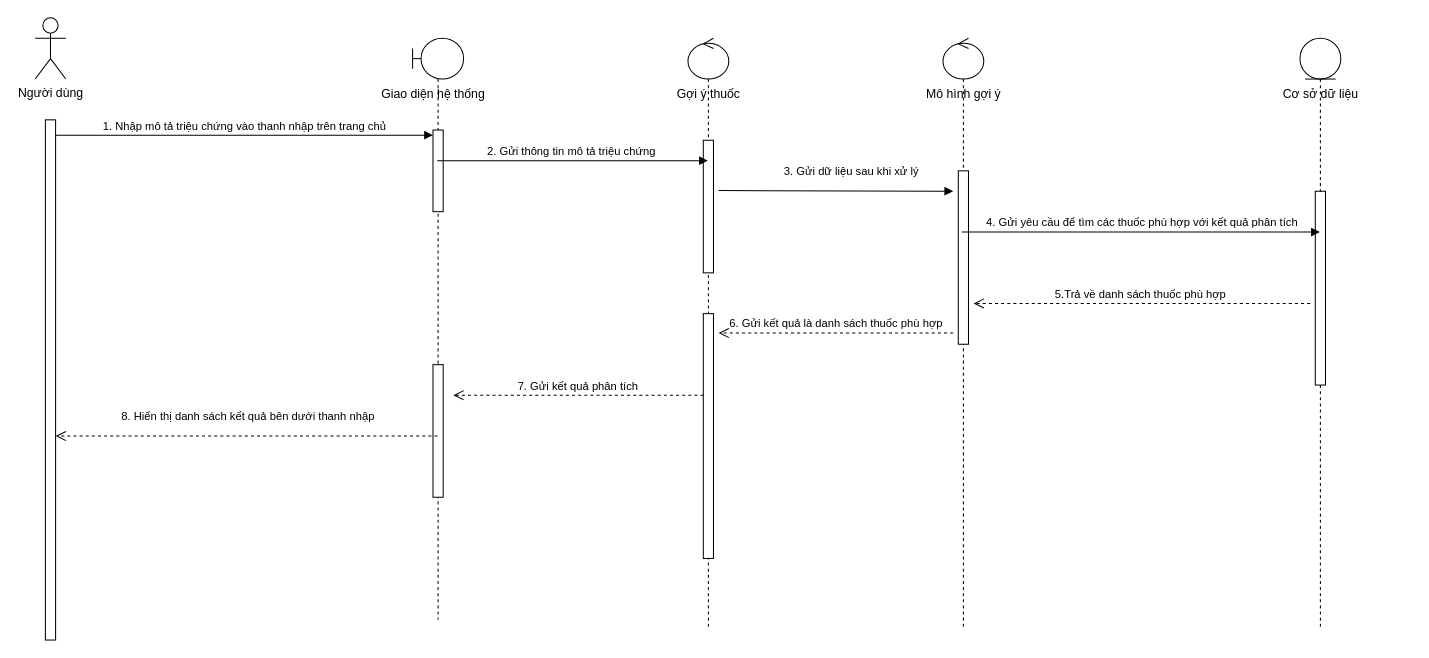
The draw.io diagram page "SD004" (4 of 14) of Diagram/Sequence Diagram.drawio in TAKhoi1506/DrugRecommendation, before the edit. Source tidied: cells renumbered, new cells numbered last; positions are measured from the earlier drawing's top-left corner, leaving out a move shared by most shapes. Both pictures are drawn from the tidied source at 102%, with x=0, y=0 at pixel (35, 17).
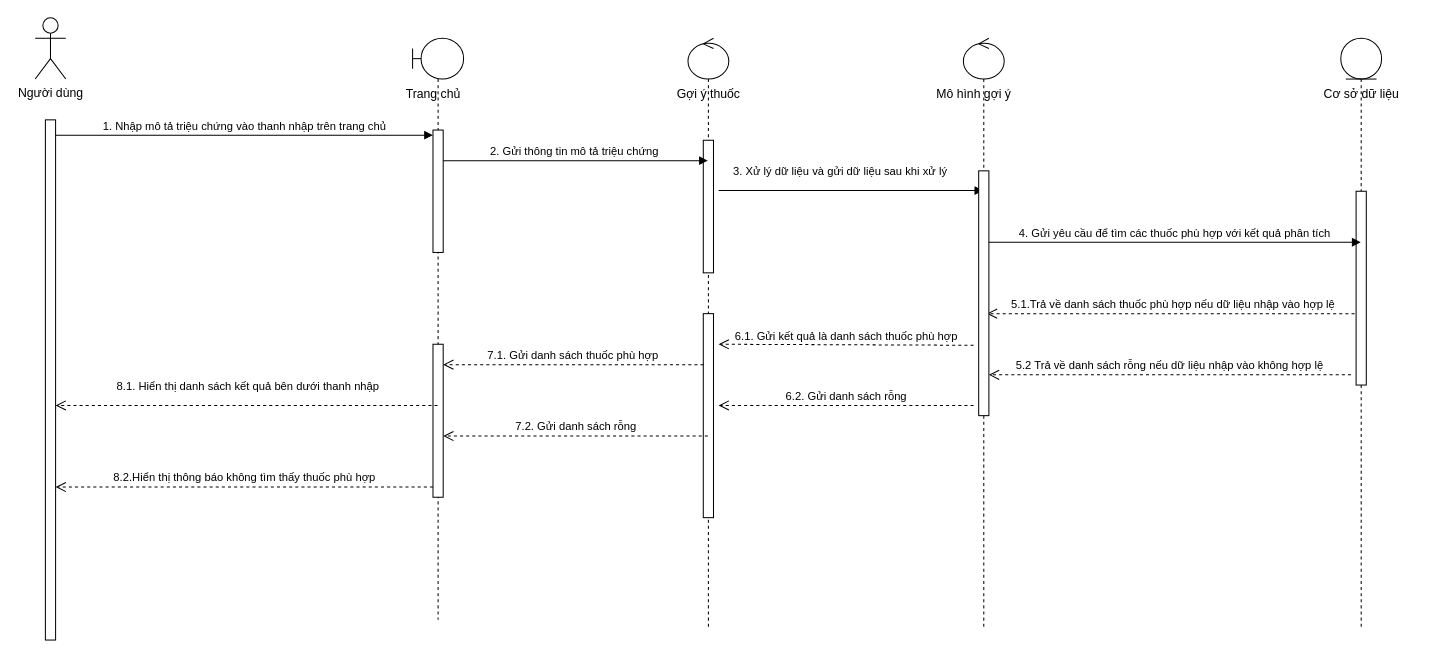
The same page after the edit.

Unchanged cells that the change refers to:
```xml
<mxCell id="2" style="shape=umlLifeline;perimeter=lifelinePerimeter;whiteSpace=wrap;html=1;newEdgeStyle={&quot;curved&quot;:0,&quot;rounded&quot;:0};participant=umlBoundary;" parent="1" vertex="1">
  <mxGeometry x="370" y="20" width="50" height="570" as="geometry" />
</mxCell>
<mxCell id="5" style="shape=umlLifeline;perimeter=lifelinePerimeter;whiteSpace=wrap;html=1;outlineConnect=0;portConstraint=eastwest;newEdgeStyle={&quot;curved&quot;:0,&quot;rounded&quot;:0};participant=umlControl;" parent="1" vertex="1">
  <mxGeometry x="640" y="20" width="40" height="580" as="geometry" />
</mxCell>
```

Diff of the diagram source:
```diff
@@
     <mxCell id="3" style="html=1;points=[[0,0,0,0,5],[0,1,0,0,-5],[1,0,0,0,5],[1,1,0,0,-5]];perimeter=orthogonalPerimeter;outlineConnect=0;targetShapes=umlLifeline;portConstraint=eastwest;newEdgeStyle={&quot;curved&quot;:0,&quot;rounded&quot;:0};" parent="2" vertex="1">
-      <mxGeometry x="20" y="90" width="10" height="80" as="geometry" />
+      <mxGeometry x="20" y="90" width="10" height="120" as="geometry" />
     </mxCell>
     <mxCell id="4" style="html=1;perimeter=orthogonalPerimeter;targetShapes=umlLifeline;newEdgeStyle={&quot;curved&quot;:0,&quot;rounded&quot;:0};" parent="2" vertex="1">
-      <mxGeometry x="20" y="320" width="10" height="130" as="geometry" />
+      <mxGeometry x="20" y="300" width="10" height="150" as="geometry" />
     </mxCell>
@@
     <mxCell id="6" style="html=1;perimeter=orthogonalPerimeter;targetShapes=umlLifeline;newEdgeStyle={&quot;curved&quot;:0,&quot;rounded&quot;:0};" parent="5" vertex="1">
-      <mxGeometry x="15" y="270" width="10" height="240" as="geometry" />
+      <mxGeometry x="15" y="270" width="10" height="200" as="geometry" />
     </mxCell>
@@
-    <mxCell id="10" value="Giao diện hệ thống" style="text;html=1;align=center;verticalAlign=middle;strokeColor=none;fillColor=none;" parent="1" vertex="1">
-      <mxGeometry x="330" y="60" width="120" height="30" as="geometry" />
+    <mxCell id="10" value="Trang chủ" style="text;html=1;align=center;verticalAlign=middle;strokeColor=none;fillColor=none;" parent="1" vertex="1">
+      <mxGeometry x="350" y="60" width="80" height="30" as="geometry" />
     </mxCell>
@@
     <mxCell id="12" value="Cơ sở dữ liệu" style="text;html=1;align=center;verticalAlign=middle;strokeColor=none;fillColor=none;" parent="1" vertex="1">
-      <mxGeometry x="1210" y="60" width="100" height="30" as="geometry" />
+      <mxGeometry x="1250" y="60" width="100" height="30" as="geometry" />
     </mxCell>
@@
     <mxCell id="14" value="Mô hình gợi ý" style="text;html=1;align=center;verticalAlign=middle;strokeColor=none;fillColor=none;" parent="1" vertex="1">
-      <mxGeometry x="860" y="60" width="100" height="30" as="geometry" />
+      <mxGeometry x="870" y="60" width="100" height="30" as="geometry" />
     </mxCell>
     <mxCell id="15" value="2. Gửi thông tin mô tả triệu chứng&amp;nbsp;" style="html=1;verticalAlign=bottom;endArrow=block;curved=0;rounded=0;" parent="1" edge="1">
       <mxGeometry relative="1" as="geometry">
-        <mxPoint x="394.2" y="140" as="sourcePoint" />
+        <mxPoint x="400" y="140" as="sourcePoint" />
         <mxPoint x="659.5" y="140" as="targetPoint" />
       </mxGeometry>
     </mxCell>
-    <mxCell id="16" value="3. Gửi dữ liệu sau khi xử lý" style="html=1;verticalAlign=bottom;endArrow=block;curved=0;rounded=0;" parent="1" edge="1">
-      <mxGeometry x="0.13" y="10" relative="1" as="geometry">
+    <mxCell id="16" value="3. Xử lý dữ liệu và gửi dữ liệu sau khi xử lý" style="html=1;verticalAlign=bottom;endArrow=block;curved=0;rounded=0;" parent="1" edge="1" target="20">
+      <mxGeometry x="-0.08" y="9" relative="1" as="geometry">
         <mxPoint x="670" y="169.3" as="sourcePoint" />
-        <mxPoint x="900" y="170" as="targetPoint" />
       </mxGeometry>
     </mxCell>
-    <mxCell id="17" value="5.Trả về danh sách thuốc phù hợp&amp;nbsp;" style="html=1;verticalAlign=bottom;endArrow=open;dashed=1;endSize=8;curved=0;rounded=0;" parent="1" edge="1">
+    <mxCell id="17" value="5.1.Trả về danh sách thuốc phù hợp nếu dữ liệu nhập vào hợp lệ&amp;nbsp;" style="html=1;verticalAlign=bottom;endArrow=open;dashed=1;endSize=8;curved=0;rounded=0;" parent="1" edge="1" source="22">
       <mxGeometry relative="1" as="geometry">
-        <mxPoint x="1250" y="280" as="sourcePoint" />
-        <mxPoint x="920" y="280" as="targetPoint" />
+        <mxPoint x="933" y="290" as="targetPoint" />
       </mxGeometry>
     </mxCell>
-    <mxCell id="18" value="7. Gửi kết quả phân tích" style="html=1;verticalAlign=bottom;endArrow=open;dashed=1;endSize=8;curved=0;rounded=0;" parent="1" edge="1">
+    <mxCell id="18" value="7.1. Gửi danh sách thuốc phù hợp" style="html=1;verticalAlign=bottom;endArrow=open;dashed=1;endSize=8;curved=0;rounded=0;" parent="1" edge="1">
       <mxGeometry relative="1" as="geometry">
-        <mxPoint x="655.3" y="370" as="sourcePoint" />
-        <mxPoint x="410" y="370" as="targetPoint" />
+        <mxPoint x="655.3" y="340" as="sourcePoint" />
+        <mxPoint x="400" y="340" as="targetPoint" />
       </mxGeometry>
     </mxCell>
-    <mxCell id="19" value="8. Hiển thị danh sách kết quả bên dưới thanh nhập&amp;nbsp;" style="html=1;verticalAlign=bottom;endArrow=open;dashed=1;endSize=8;curved=0;rounded=0;entryX=1;entryY=0.686;entryDx=0;entryDy=0;entryPerimeter=0;" parent="1" edge="1">
+    <mxCell id="19" value="8.1. Hiển thị danh sách kết quả bên dưới thanh nhập&amp;nbsp;" style="html=1;verticalAlign=bottom;endArrow=open;dashed=1;endSize=8;curved=0;rounded=0;entryX=1;entryY=0.686;entryDx=0;entryDy=0;entryPerimeter=0;" parent="1" edge="1">
       <mxGeometry x="-0.01" y="-10" relative="1" as="geometry">
-        <mxPoint x="394.5" y="410" as="sourcePoint" />
-        <mxPoint x="20" y="410" as="targetPoint" />
+        <mxPoint x="394.5" y="380" as="sourcePoint" />
+        <mxPoint x="20" y="380" as="targetPoint" />
       </mxGeometry>
     </mxCell>
     <mxCell id="20" style="shape=umlLifeline;perimeter=lifelinePerimeter;whiteSpace=wrap;html=1;outlineConnect=0;portConstraint=eastwest;newEdgeStyle={&quot;curved&quot;:0,&quot;rounded&quot;:0};participant=umlControl;" parent="1" vertex="1">
-      <mxGeometry x="890" y="20" width="40" height="580" as="geometry" />
+      <mxGeometry x="910" y="20" width="40" height="580" as="geometry" />
     </mxCell>
     <mxCell id="21" style="html=1;perimeter=orthogonalPerimeter;targetShapes=umlLifeline;newEdgeStyle={&quot;curved&quot;:0,&quot;rounded&quot;:0};" parent="20" vertex="1">
-      <mxGeometry x="15" y="130" width="10" height="170" as="geometry" />
+      <mxGeometry x="15" y="130" width="10" height="240" as="geometry" />
     </mxCell>
     <mxCell id="22" style="shape=umlLifeline;perimeter=lifelinePerimeter;whiteSpace=wrap;html=1;outlineConnect=0;portConstraint=eastwest;newEdgeStyle={&quot;curved&quot;:0,&quot;rounded&quot;:0};participant=umlEntity;" parent="1" vertex="1">
-      <mxGeometry x="1240" y="20" width="40" height="580" as="geometry" />
+      <mxGeometry x="1280" y="20" width="40" height="580" as="geometry" />
     </mxCell>
@@
     <mxCell id="24" value="4. Gửi yêu cầu để tìm các thuốc phù hợp với kết quả phân tích" style="html=1;verticalAlign=bottom;endArrow=block;curved=0;rounded=0;" parent="1" edge="1" target="22">
       <mxGeometry relative="1" as="geometry">
-        <mxPoint x="908.5" y="210" as="sourcePoint" />
+        <mxPoint x="935" y="220" as="sourcePoint" />
       </mxGeometry>
     </mxCell>
-    <mxCell id="25" value="6. Gửi kết quả là danh sách thuốc phù hợp" style="html=1;verticalAlign=bottom;endArrow=open;dashed=1;endSize=8;curved=0;rounded=0;" parent="1" edge="1">
+    <mxCell id="25" value="6.1. Gửi kết quả là danh sách thuốc phù hợp" style="html=1;verticalAlign=bottom;endArrow=open;dashed=1;endSize=8;curved=0;rounded=0;" parent="1" edge="1">
       <mxGeometry relative="1" as="geometry">
-        <mxPoint x="900" y="309" as="sourcePoint" />
-        <mxPoint x="670" y="309" as="targetPoint" />
+        <mxPoint x="920" y="321" as="sourcePoint" />
+        <mxPoint x="670" y="320" as="targetPoint" />
       </mxGeometry>
     </mxCell>
+    <mxCell id="26" value="5.2 Trả về danh sách rỗng nếu dữ liệu nhập vào không hợp lệ" style="html=1;verticalAlign=bottom;endArrow=open;dashed=1;endSize=8;curved=0;rounded=0;" parent="1" edge="1">
+      <mxGeometry relative="1" as="geometry">
+        <mxPoint x="1290" y="350" as="sourcePoint" />
+        <mxPoint x="935" y="350" as="targetPoint" />
+      </mxGeometry>
+    </mxCell>
+    <mxCell id="27" value="6.2. Gửi danh sách rỗng" style="html=1;verticalAlign=bottom;endArrow=open;dashed=1;endSize=8;curved=0;rounded=0;" parent="1" edge="1">
+      <mxGeometry relative="1" as="geometry">
+        <mxPoint x="920" y="380" as="sourcePoint" />
+        <mxPoint x="670" y="380" as="targetPoint" />
+      </mxGeometry>
+    </mxCell>
+    <mxCell id="28" value="7.2. Gửi danh sách rỗng" style="html=1;verticalAlign=bottom;endArrow=open;dashed=1;endSize=8;curved=0;rounded=0;" parent="1" edge="1" source="5">
+      <mxGeometry relative="1" as="geometry">
+        <mxPoint x="400" y="410" as="targetPoint" />
+      </mxGeometry>
+    </mxCell>
+    <mxCell id="29" value="8.2.Hiển thị&lt;span style=&quot;background-color: light-dark(#ffffff, var(--ge-dark-color, #121212)); color: light-dark(rgb(0, 0, 0), rgb(255, 255, 255));&quot;&gt;&amp;nbsp;thông báo không tìm thấy thuốc phù hợp&lt;/span&gt;" style="html=1;verticalAlign=bottom;endArrow=open;dashed=1;endSize=8;curved=0;rounded=0;" parent="1" edge="1">
+      <mxGeometry relative="1" as="geometry">
+        <mxPoint x="390" y="460" as="sourcePoint" />
+        <mxPoint x="20" y="460" as="targetPoint" />
+      </mxGeometry>
+    </mxCell>
```
